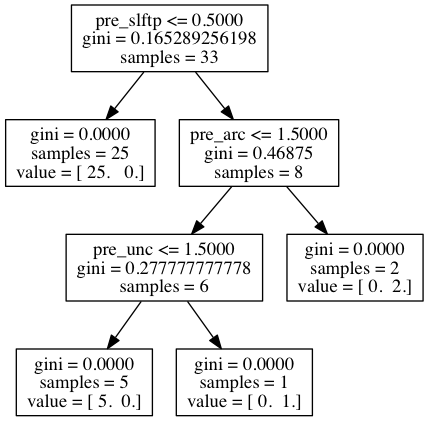
Earlier version of the Graphviz export neurosurgery_trees/preLANG.png (akeshavan/myscripts). Its source is kept beside it as neurosurgery_trees/preLANG.dot. The source it was exported from:
```dot
digraph Tree {
0 [label="X[3] <= 0.5000\ngini = 0.165289256198\nsamples = 33", shape="box"] ;
1 [label="gini = 0.0000\nsamples = 25\nvalue = [ 25.   0.]", shape="box"] ;
0 -> 1 ;
2 [label="X[2] <= 1.5000\ngini = 0.46875\nsamples = 8", shape="box"] ;
0 -> 2 ;
3 [label="X[7] <= 1.5000\ngini = 0.277777777778\nsamples = 6", shape="box"] ;
2 -> 3 ;
4 [label="gini = 0.0000\nsamples = 5\nvalue = [ 5.  0.]", shape="box"] ;
3 -> 4 ;
5 [label="gini = 0.0000\nsamples = 1\nvalue = [ 0.  1.]", shape="box"] ;
3 -> 5 ;
6 [label="gini = 0.0000\nsamples = 2\nvalue = [ 0.  2.]", shape="box"] ;
2 -> 6 ;
}
```
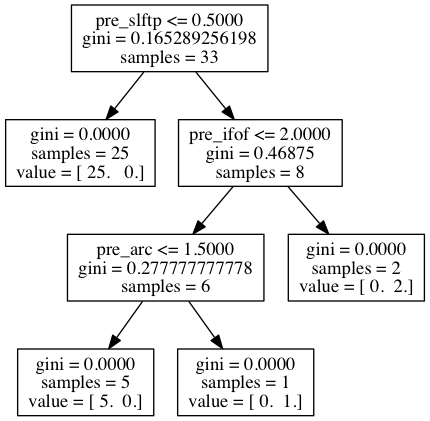
Above is the later version.

Commit message:
testing github display figures

Change to the diagram source:
```diff
@@ -2,9 +2,9 @@
 0 [label="X[3] <= 0.5000\ngini = 0.165289256198\nsamples = 33", shape="box"] ;
 1 [label="gini = 0.0000\nsamples = 25\nvalue = [ 25.   0.]", shape="box"] ;
 0 -> 1 ;
-2 [label="X[2] <= 1.5000\ngini = 0.46875\nsamples = 8", shape="box"] ;
+2 [label="X[6] <= 2.0000\ngini = 0.46875\nsamples = 8", shape="box"] ;
 0 -> 2 ;
-3 [label="X[7] <= 1.5000\ngini = 0.277777777778\nsamples = 6", shape="box"] ;
+3 [label="X[2] <= 1.5000\ngini = 0.277777777778\nsamples = 6", shape="box"] ;
 2 -> 3 ;
 4 [label="gini = 0.0000\nsamples = 5\nvalue = [ 5.  0.]", shape="box"] ;
 3 -> 4 ;
```
